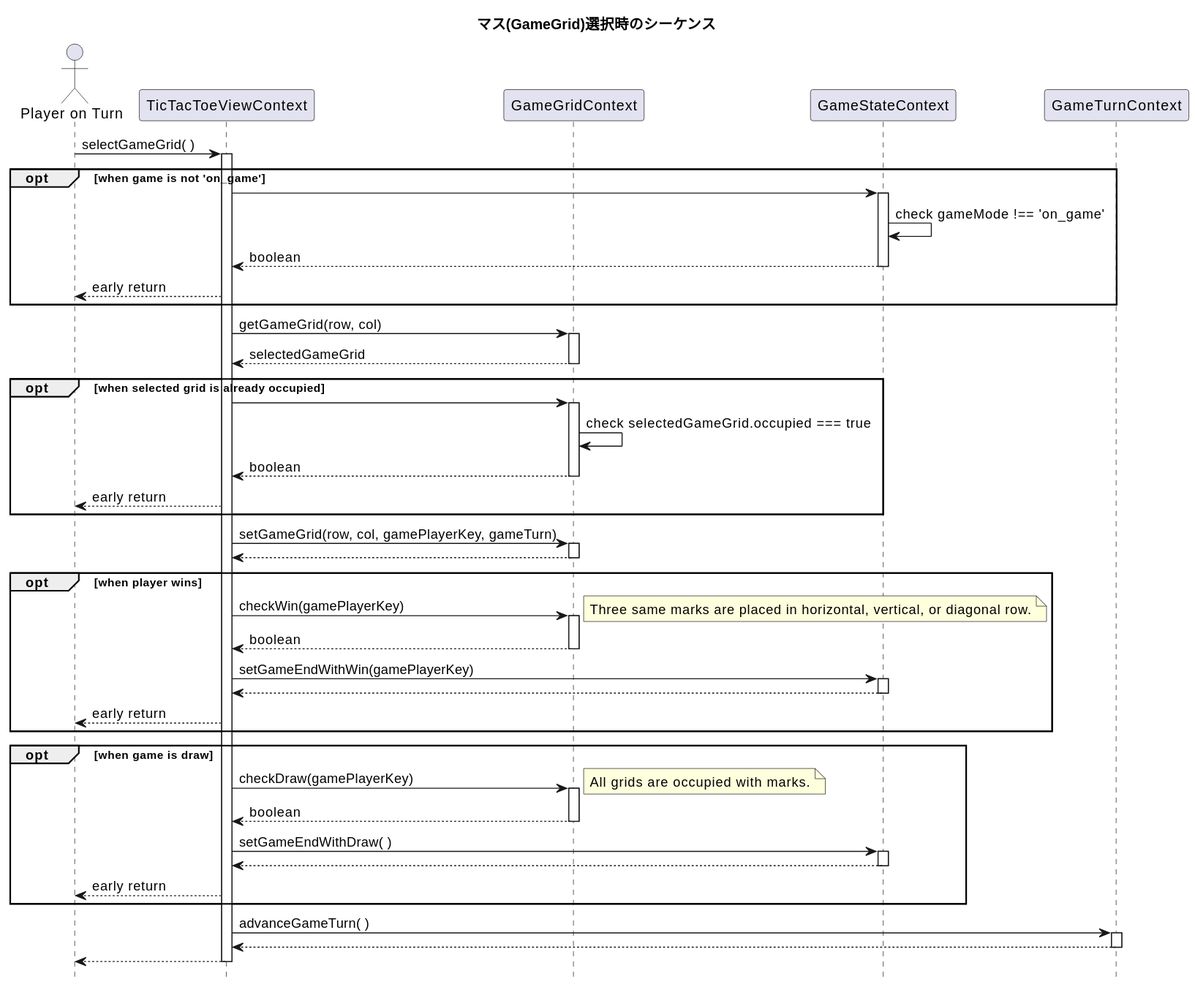
This is tic-tac-toe/doc/selectGameGrid.svg from hi2k1978/react-samples, a PlantUML export, as it was before one commit.
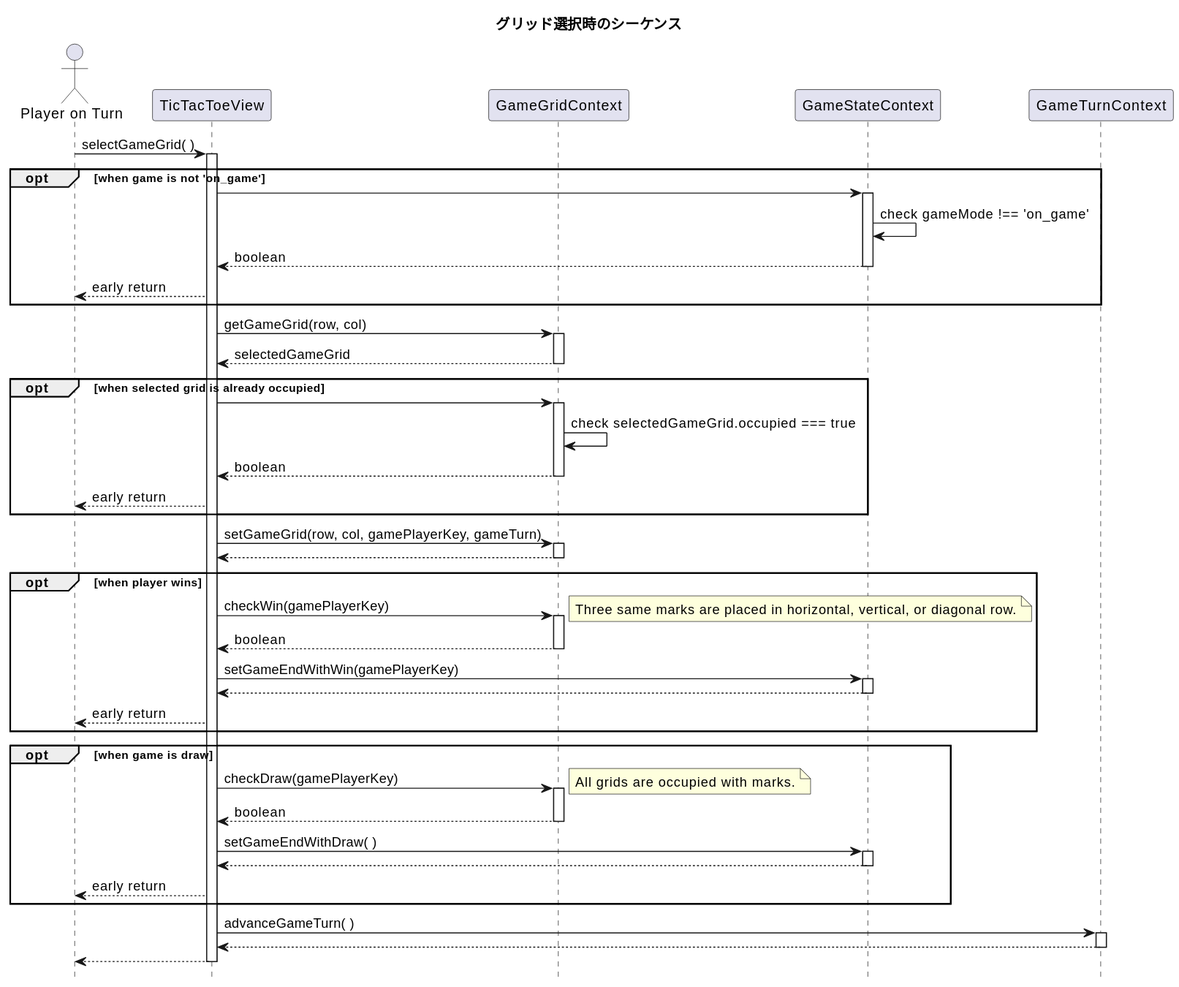
After the commit.

Diff of the diagram source:
```diff
@@ -1,9 +1,9 @@
 @startuml
-title マス(GameGrid)選択時のシーケンス
+title グリッド選択時のシーケンス
 hide footbox
 
 Actor "Player on Turn" as Player
-participant "TicTacToeViewContext" as TicTacToeView
+participant "TicTacToeView" as TicTacToeView
 participant "GameGridContext" as GameGrid
 participant "GameStateContext" as GameState
 participant "GameTurnContext" as GameTurn
```
